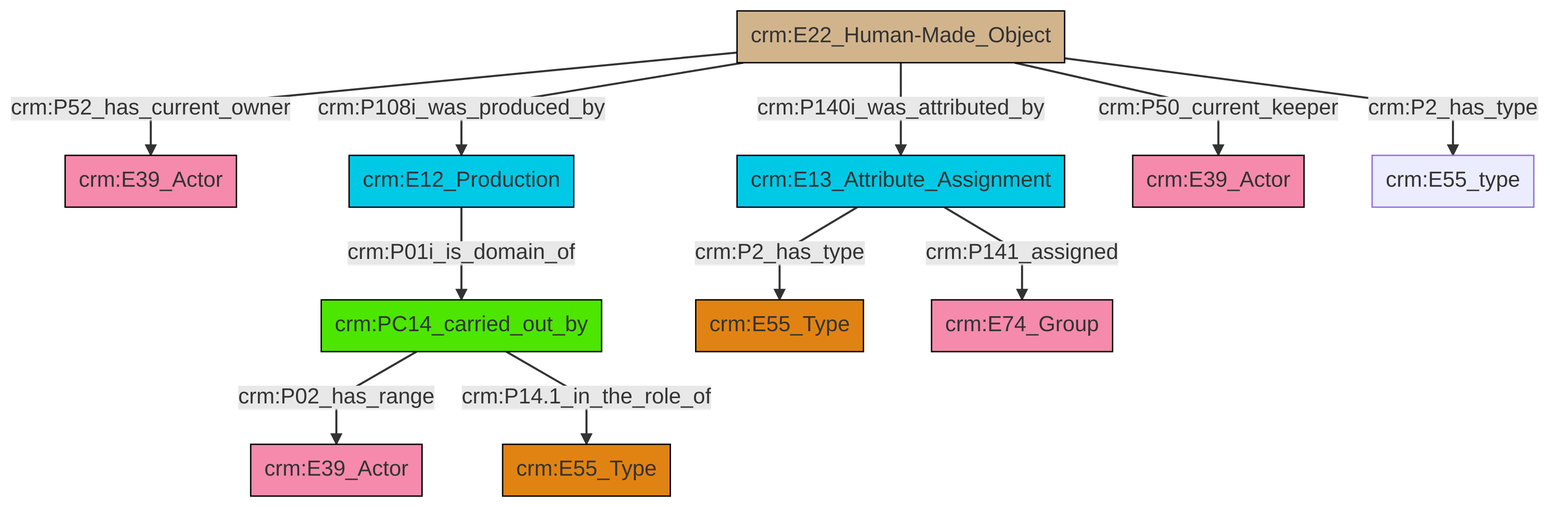
swiss-art-research-net/docs.swissartresearch keeps this Mermaid diagram as et/artworkCSV/ttl/mmd/png/Artwork_Actor_Relations.png. Above is the earlier version. Its source is kept beside it as et/artworkCSV/ttl/mmd/Artwork_Actor_Relations.ttl.mmd.
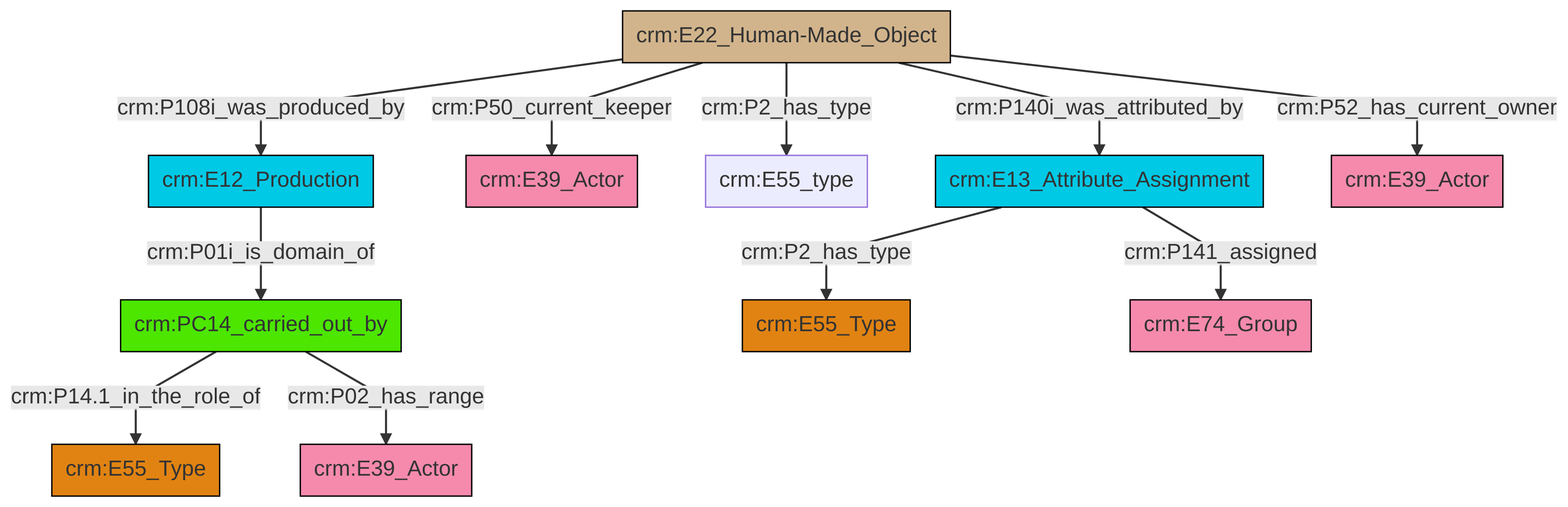
The same file after the commit.

What changed in the source:
```diff
@@ -13,13 +13,13 @@
 classDef PC_Classes fill:#4ce600, stroke:#000000;
 classDef Multi fill:#cccccc,stroke:#000000;
 
-2["crm:PC14_carried_out_by"]:::PC_Classes -->|crm:P02_has_range| 3["crm:E39_Actor"]:::Actor
-4["crm:E22_Human-Made_Object"]:::Physical_Thing -->|crm:P140i_was_attributed_by| 5["crm:E13_Attribute_Assignment"]:::Temporal_Entity
-2["crm:PC14_carried_out_by"]:::PC_Classes -->|crm:P14.1_in_the_role_of| 6["crm:E55_Type"]:::Type
-7["crm:E12_Production"]:::Temporal_Entity -->|crm:P01i_is_domain_of| 2["crm:PC14_carried_out_by"]:::PC_Classes
-4["crm:E22_Human-Made_Object"]:::Physical_Thing -->|crm:P50_current_keeper| 10["crm:E39_Actor"]:::Actor
-5["crm:E13_Attribute_Assignment"]:::Temporal_Entity -->|crm:P141_assigned| 12["crm:E74_Group"]:::Actor
-4["crm:E22_Human-Made_Object"]:::Physical_Thing -->|crm:P52_has_current_owner| 0["crm:E39_Actor"]:::Actor
-4["crm:E22_Human-Made_Object"]:::Physical_Thing -->|crm:P108i_was_produced_by| 7["crm:E12_Production"]:::Temporal_Entity
-4["crm:E22_Human-Made_Object"]:::Physical_Thing -->|crm:P2_has_type| 19["crm:E55_type"]:::Default
-5["crm:E13_Attribute_Assignment"]:::Temporal_Entity -->|crm:P2_has_type| 8["crm:E55_Type"]:::Type
+0["crm:PC14_carried_out_by"]:::PC_Classes -->|crm:P14.1_in_the_role_of| 1["crm:E55_Type"]:::Type
+2["crm:E13_Attribute_Assignment"]:::Temporal_Entity -->|crm:P2_has_type| 3["crm:E55_Type"]:::Type
+4["crm:E22_Human-Made_Object"]:::Physical_Thing -->|crm:P50_current_keeper| 5["crm:E39_Actor"]:::Actor
+10["crm:E12_Production"]:::Temporal_Entity -->|crm:P01i_is_domain_of| 0["crm:PC14_carried_out_by"]:::PC_Classes
+4["crm:E22_Human-Made_Object"]:::Physical_Thing -->|crm:P108i_was_produced_by| 10["crm:E12_Production"]:::Temporal_Entity
+4["crm:E22_Human-Made_Object"]:::Physical_Thing -->|crm:P2_has_type| 6["crm:E55_type"]:::Default
+4["crm:E22_Human-Made_Object"]:::Physical_Thing -->|crm:P52_has_current_owner| 16["crm:E39_Actor"]:::Actor
+4["crm:E22_Human-Made_Object"]:::Physical_Thing -->|crm:P140i_was_attributed_by| 2["crm:E13_Attribute_Assignment"]:::Temporal_Entity
+0["crm:PC14_carried_out_by"]:::PC_Classes -->|crm:P02_has_range| 13["crm:E39_Actor"]:::Actor
+2["crm:E13_Attribute_Assignment"]:::Temporal_Entity -->|crm:P141_assigned| 8["crm:E74_Group"]:::Actor
```
